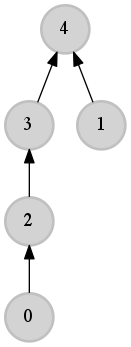
Before: example.png, a diagram exported from Graphviz (MassimoLauria/pebble). Its source is kept beside it as example.dot.
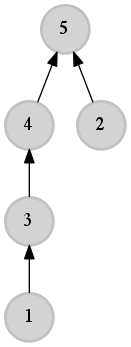
After the commit.

Diff of the diagram source:
```diff
@@ -1,22 +1,22 @@
 digraph X {
 	 rankdir=BT;
-	 0 [label=0,penwidth=2,shape=circle,style=filled,fixedsize=true,color=gray,fontcolor=black,fillcolor=lightgray]
 	 1 [label=1,penwidth=2,shape=circle,style=filled,fixedsize=true,color=gray,fontcolor=black,fillcolor=lightgray]
 	 2 [label=2,penwidth=2,shape=circle,style=filled,fixedsize=true,color=gray,fontcolor=black,fillcolor=lightgray]
 	 3 [label=3,penwidth=2,shape=circle,style=filled,fixedsize=true,color=gray,fontcolor=black,fillcolor=lightgray]
 	 4 [label=4,penwidth=2,shape=circle,style=filled,fixedsize=true,color=gray,fontcolor=black,fillcolor=lightgray]
-	 /* Arcs outgoing from 0 (key 0)*/
-	 0 -> 2;
-
+	 5 [label=5,penwidth=2,shape=circle,style=filled,fixedsize=true,color=gray,fontcolor=black,fillcolor=lightgray]
 	 /* Arcs outgoing from 1 (key 1)*/
-	 1 -> 4;
+	 1 -> 3;
 
 	 /* Arcs outgoing from 2 (key 2)*/
-	 2 -> 3;
+	 2 -> 5;
 
 	 /* Arcs outgoing from 3 (key 3)*/
 	 3 -> 4;
 
 	 /* Arcs outgoing from 4 (key 4)*/
+	 4 -> 5;
+
+	 /* Arcs outgoing from 5 (key 5)*/
 
 }
```
